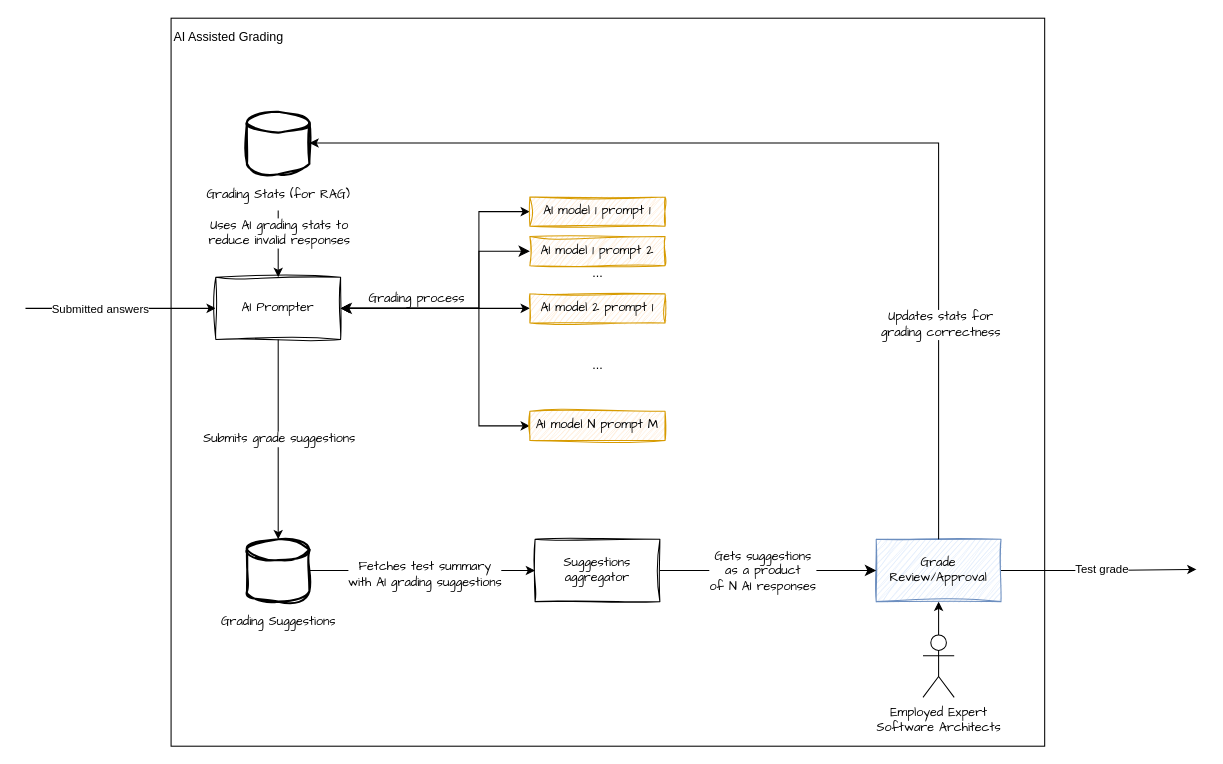
wawrzynek-eq/arch-kata keeps this draw.io diagram as page "AI Grading Component" (3 of 4) of Diagrams.drawio. Above is the earlier version. Source tidied: cells renumbered, new cells numbered last; positions are measured from the earlier drawing's top-left corner, leaving out a move shared by most shapes. Both pictures are drawn from the tidied source at 104%, with x=0, y=0 at pixel (25, 18).
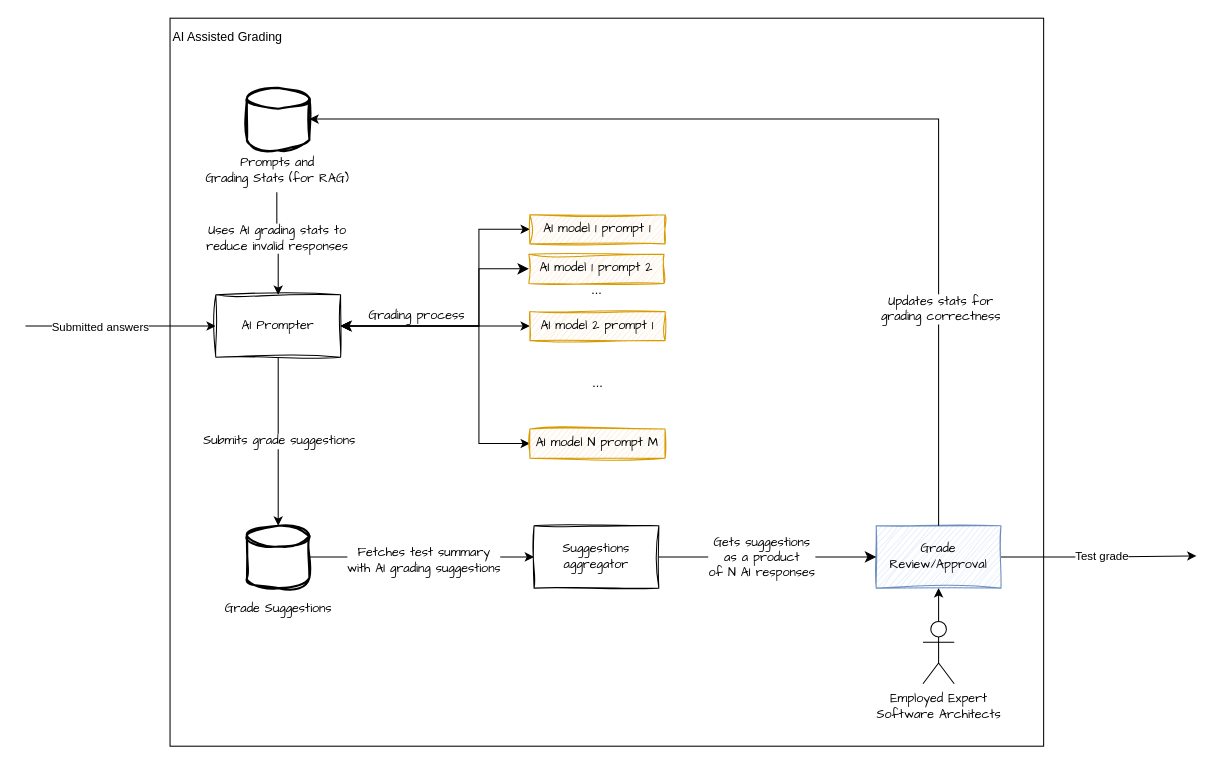
Above is the later version.

What changed in the source:
```diff
@@
     <mxCell id="2" style="group;" parent="1" vertex="1">
-      <mxGeometry x="140" width="840" height="700" as="geometry" />
+      <mxGeometry x="139" width="840" height="700" as="geometry" />
     </mxCell>
@@
     <mxCell id="5" value="Suggestions aggregator" style="rounded=0;whiteSpace=wrap;html=1;hachureGap=4;align=center;verticalAlign=middle;fontFamily=Architects Daughter;fontSize=12;sketch=1;curveFitting=1;jiggle=2;" parent="2" vertex="1">
-      <mxGeometry x="350" y="501" width="120" height="60" as="geometry" />
+      <mxGeometry x="350" y="488" width="120" height="60" as="geometry" />
     </mxCell>
     <mxCell id="6" value="AI model 1 prompt 2" style="rounded=0;whiteSpace=wrap;html=1;fillColor=#ffe6cc;strokeColor=#d79b00;sketch=1;hachureGap=4;jiggle=2;curveFitting=1;align=center;verticalAlign=middle;fontFamily=Architects Daughter;fontSize=12;" parent="2" vertex="1">
-      <mxGeometry x="345" y="210" width="130" height="28" as="geometry" />
+      <mxGeometry x="345" y="227" width="130" height="28" as="geometry" />
     </mxCell>
     <mxCell id="7" value="..." style="text;html=1;align=center;verticalAlign=middle;strokeColor=none;fillColor=none;rounded=0;" parent="2" vertex="1">
-      <mxGeometry x="395" y="230" width="30" height="30" as="geometry" />
+      <mxGeometry x="395" y="247" width="30" height="30" as="geometry" />
     </mxCell>
+    <mxCell id="34" value="&lt;span style=&quot;background-color: rgb(255, 255, 255);&quot;&gt;Prompts and &lt;br&gt;Grading Stats (for RAG)&lt;/span&gt;" style="text;align=center;verticalAlign=middle;points=[];rounded=0;fontFamily=Architects Daughter;fontSize=12;labelBackgroundColor=default;html=1;" parent="2" vertex="1">
+      <mxGeometry x="23" y="127" width="160" height="40" as="geometry" />
+    </mxCell>
+    <mxCell id="29" style="edgeStyle=orthogonalEdgeStyle;rounded=0;jettySize=auto;html=1;exitX=0.498;exitY=1.008;exitDx=0;exitDy=0;exitPerimeter=0;" parent="1" edge="1" source="34" target="15">
+      <mxGeometry relative="1" as="geometry" />
+    </mxCell>
+    <mxCell id="30" value="Uses AI grading stats to&lt;br&gt;reduce invalid responses" style="edgeLabel;html=1;align=center;verticalAlign=middle;rounded=0;sketch=1;hachureGap=4;jiggle=2;curveFitting=1;strokeColor=#6c8ebf;fontFamily=Architects Daughter;fontSize=12;fontColor=default;fillColor=#dae8fc;" parent="29" vertex="1">
+      <mxGeometry x="-0.34" relative="1" as="geometry">
+        <mxPoint y="11" as="offset" />
+      </mxGeometry>
+    </mxCell>
     <mxCell id="8" style="edgeStyle=orthogonalEdgeStyle;rounded=0;jettySize=auto;html=1;entryX=0;entryY=0.5;entryDx=0;entryDy=0;startArrow=classic;startFill=1;" parent="1" edge="1" source="15" target="16">
       <mxGeometry relative="1" as="geometry">
         <Array as="points">
-          <mxPoint x="436" y="279" />
-          <mxPoint x="436" y="186" />
+          <mxPoint x="436" y="296" />
+          <mxPoint x="436" y="203" />
         </Array>
       </mxGeometry>
     </mxCell>
@@
     <mxCell id="10" style="edgeStyle=orthogonalEdgeStyle;rounded=0;jettySize=auto;html=1;entryX=0;entryY=0.5;entryDx=0;entryDy=0;startArrow=classic;startFill=1;" parent="1" edge="1" source="15" target="20">
       <mxGeometry relative="1" as="geometry">
         <Array as="points">
-          <mxPoint x="436" y="279" />
-          <mxPoint x="436" y="392" />
+          <mxPoint x="436" y="296" />
+          <mxPoint x="436" y="409" />
         </Array>
       </mxGeometry>
     </mxCell>
@@
     <mxCell id="12" style="edgeStyle=none;curved=0;rounded=0;jettySize=auto;html=1;exitX=0;exitY=0.5;exitDx=0;exitDy=0;fontSize=12;startSize=8;endSize=8;startArrow=classic;startFill=1;entryX=1;entryY=0.5;entryDx=0;entryDy=0;" parent="1" edge="1" source="6" target="15">
       <mxGeometry relative="1" as="geometry">
         <Array as="points">
-          <mxPoint x="436" y="224" />
-          <mxPoint x="436" y="279" />
+          <mxPoint x="436" y="241" />
+          <mxPoint x="436" y="296" />
         </Array>
       </mxGeometry>
     </mxCell>
     <mxCell id="13" style="edgeStyle=orthogonalEdgeStyle;rounded=0;jettySize=auto;html=1;startArrow=classic;startFill=1;endArrow=none;" parent="1" edge="1" source="15">
       <mxGeometry relative="1" as="geometry">
-        <mxPoint y="279" as="targetPoint" />
+        <mxPoint y="296" as="targetPoint" />
       </mxGeometry>
     </mxCell>
@@
     <mxCell id="15" value="AI Prompter" style="rounded=0;whiteSpace=wrap;html=1;hachureGap=4;align=center;verticalAlign=middle;fontFamily=Architects Daughter;fontSize=12;sketch=1;curveFitting=1;jiggle=2;" parent="1" vertex="1">
-      <mxGeometry x="183" y="249" width="120" height="60" as="geometry" />
+      <mxGeometry x="183" y="266" width="120" height="60" as="geometry" />
     </mxCell>
     <mxCell id="16" value="AI model 1 prompt 1" style="rounded=0;whiteSpace=wrap;html=1;fillColor=#ffe6cc;strokeColor=#d79b00;sketch=1;hachureGap=4;jiggle=2;curveFitting=1;align=center;verticalAlign=middle;fontFamily=Architects Daughter;fontSize=12;fontColor=default;" parent="1" vertex="1">
-      <mxGeometry x="485" y="172" width="130" height="28" as="geometry" />
+      <mxGeometry x="485" y="189" width="130" height="28" as="geometry" />
     </mxCell>
@@
     <mxCell id="18" value="&lt;font face=&quot;Architects Daughter&quot;&gt;Employed Expert&lt;br&gt;Software Architects&lt;/font&gt;" style="shape=umlActor;verticalLabelPosition=bottom;verticalAlign=top;html=1;outlineConnect=0;rounded=0;shadow=0;" parent="1" vertex="1">
-      <mxGeometry x="863" y="593" width="30" height="60" as="geometry" />
+      <mxGeometry x="863" y="580" width="30" height="60" as="geometry" />
     </mxCell>
     <mxCell id="19" value="AI model 2 prompt 1" style="rounded=0;whiteSpace=wrap;html=1;fillColor=#ffe6cc;strokeColor=#d79b00;sketch=1;hachureGap=4;jiggle=2;curveFitting=1;align=center;verticalAlign=middle;fontFamily=Architects Daughter;fontSize=12;" parent="1" vertex="1">
-      <mxGeometry x="485" y="265" width="130" height="28" as="geometry" />
+      <mxGeometry x="485" y="282" width="130" height="28" as="geometry" />
     </mxCell>
     <mxCell id="20" value="AI model N prompt M" style="rounded=0;whiteSpace=wrap;html=1;fillColor=#ffe6cc;strokeColor=#d79b00;sketch=1;hachureGap=4;jiggle=2;curveFitting=1;align=center;verticalAlign=middle;fontFamily=Architects Daughter;fontSize=12;" parent="1" vertex="1">
-      <mxGeometry x="485" y="378" width="130" height="28" as="geometry" />
+      <mxGeometry x="485" y="395" width="130" height="28" as="geometry" />
     </mxCell>
     <mxCell id="21" value="..." style="text;html=1;align=center;verticalAlign=middle;strokeColor=none;fillColor=none;rounded=0;" parent="1" vertex="1">
-      <mxGeometry x="535" y="319" width="30" height="30" as="geometry" />
+      <mxGeometry x="535" y="336" width="30" height="30" as="geometry" />
     </mxCell>
@@
     <mxCell id="24" style="edgeStyle=orthogonalEdgeStyle;rounded=0;jettySize=auto;html=1;" parent="1" edge="1" source="26">
       <mxGeometry relative="1" as="geometry">
-        <mxPoint x="1126" y="530" as="targetPoint" />
+        <mxPoint x="1126" y="517" as="targetPoint" />
       </mxGeometry>
     </mxCell>
@@
     <mxCell id="26" value="Grade Review/Approval" style="rounded=0;whiteSpace=wrap;html=1;hachureGap=4;fillColor=#dae8fc;strokeColor=#6c8ebf;align=center;verticalAlign=middle;sketch=1;jiggle=2;curveFitting=1;fontFamily=Architects Daughter;fontSize=12;fontColor=default;" parent="1" vertex="1">
-      <mxGeometry x="818" y="501" width="120" height="60" as="geometry" />
+      <mxGeometry x="818" y="488" width="120" height="60" as="geometry" />
     </mxCell>
@@
-    <mxCell id="29" style="edgeStyle=orthogonalEdgeStyle;rounded=0;jettySize=auto;html=1;" parent="1" edge="1" source="34" target="15">
-      <mxGeometry relative="1" as="geometry" />
-    </mxCell>
-    <mxCell id="30" value="Uses AI grading stats to&lt;br&gt;reduce invalid responses" style="edgeLabel;html=1;align=center;verticalAlign=middle;rounded=0;sketch=1;hachureGap=4;jiggle=2;curveFitting=1;strokeColor=#6c8ebf;fontFamily=Architects Daughter;fontSize=12;fontColor=default;fillColor=#dae8fc;" parent="29" vertex="1">
-      <mxGeometry x="-0.34" relative="1" as="geometry" />
-    </mxCell>
     <mxCell id="31" style="strokeWidth=2;html=1;shape=mxgraph.flowchart.database;whiteSpace=wrap;rounded=0;sketch=1;hachureGap=4;jiggle=2;curveFitting=1;align=center;verticalAlign=middle;fontFamily=Architects Daughter;fontSize=12;" parent="1" vertex="1">
-      <mxGeometry x="213" y="501" width="60" height="60" as="geometry" />
+      <mxGeometry x="213" y="488" width="60" height="60" as="geometry" />
     </mxCell>
-    <mxCell id="32" value="Grading Suggestions" style="text;html=1;align=center;verticalAlign=middle;strokeColor=none;fillColor=none;rounded=0;fontFamily=Architects Daughter;fontSize=12;fontColor=default;" parent="1" vertex="1">
-      <mxGeometry x="178" y="566" width="130" height="30" as="geometry" />
+    <mxCell id="32" value="Grade Suggestions" style="text;html=1;align=center;verticalAlign=middle;strokeColor=none;fillColor=none;rounded=0;fontFamily=Architects Daughter;fontSize=12;fontColor=default;" parent="1" vertex="1">
+      <mxGeometry x="178" y="553" width="130" height="30" as="geometry" />
     </mxCell>
     <mxCell id="33" style="strokeWidth=2;html=1;shape=mxgraph.flowchart.database;whiteSpace=wrap;rounded=0;sketch=1;hachureGap=4;jiggle=2;curveFitting=1;align=center;verticalAlign=middle;fontFamily=Architects Daughter;fontSize=12;" parent="1" vertex="1">
-      <mxGeometry x="213" y="90" width="60" height="60" as="geometry" />
+      <mxGeometry x="213" y="67" width="60" height="60" as="geometry" />
     </mxCell>
-    <mxCell id="34" value="Grading Stats (for RAG)" style="text;html=1;align=center;verticalAlign=middle;points=[];strokeColor=none;fillColor=none;rounded=0;fontFamily=Architects Daughter;fontSize=12;fontColor=default;" parent="1" vertex="1">
-      <mxGeometry x="168" y="155" width="150" height="30" as="geometry" />
-    </mxCell>
     <mxCell id="35" style="edgeStyle=orthogonalEdgeStyle;rounded=0;jettySize=auto;html=1;entryX=1;entryY=0.5;entryDx=0;entryDy=0;entryPerimeter=0;" parent="1" edge="1" source="26" target="33">
       <mxGeometry relative="1" as="geometry">
         <Array as="points">
-          <mxPoint x="878" y="120" />
+          <mxPoint x="878" y="97" />
         </Array>
       </mxGeometry>
     </mxCell>
```
